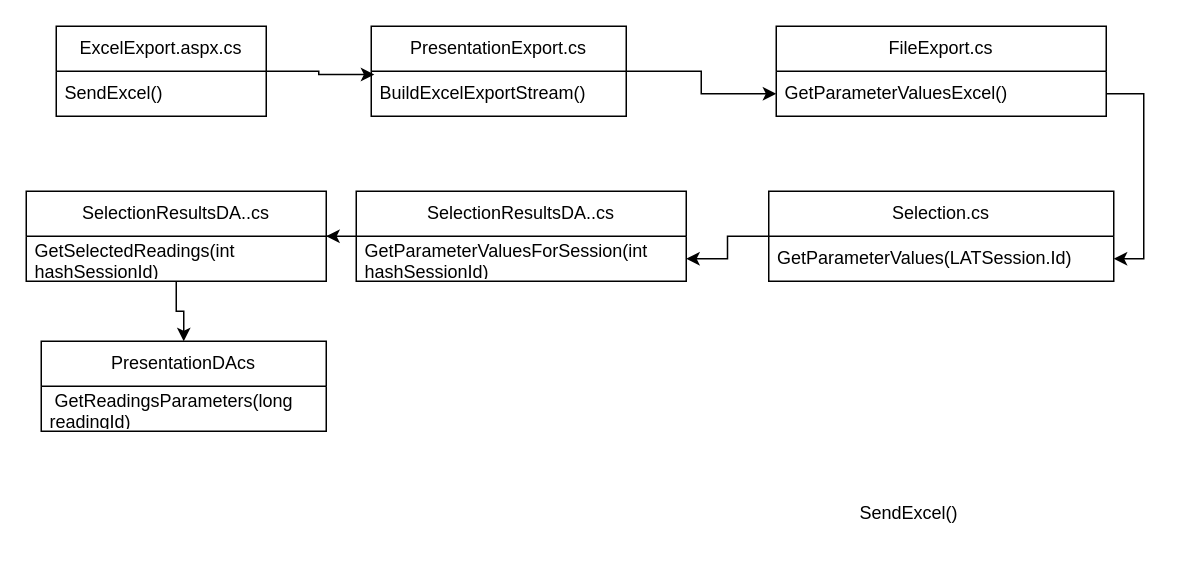
The draw.io diagram individal.drawio in zpjune/Diagrams, before the edit. Source tidied: cells renumbered, new cells numbered last; positions are measured from the earlier drawing's top-left corner, leaving out a move shared by most shapes. Both pictures are drawn from the tidied source at 150%, with x=0, y=0 at pixel (26, 26).
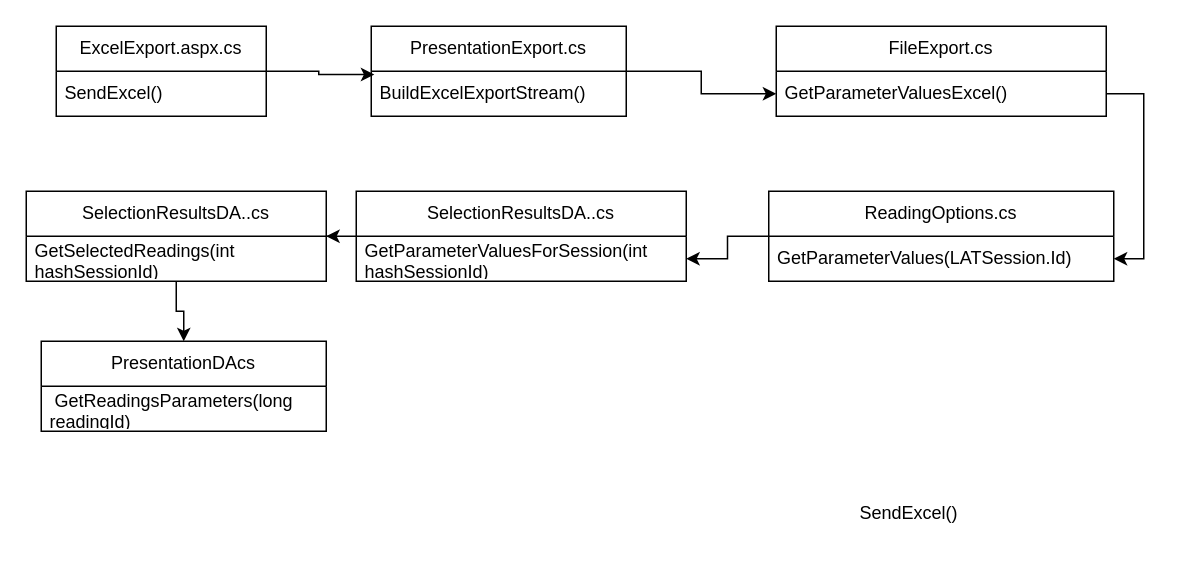
After the change.

Diff of the diagram source:
```diff
@@
-    <mxCell id="8" value="Selection.cs" style="swimlane;fontStyle=0;horizontal=1;startSize=30;whiteSpace=wrap;html=1;" parent="1" vertex="1">
+    <mxCell id="8" value="ReadingOptions.cs" style="swimlane;fontStyle=0;horizontal=1;startSize=30;whiteSpace=wrap;html=1;" parent="1" vertex="1">
       <mxGeometry x="495" y="110" width="230" height="60" as="geometry" />
     </mxCell>
```
